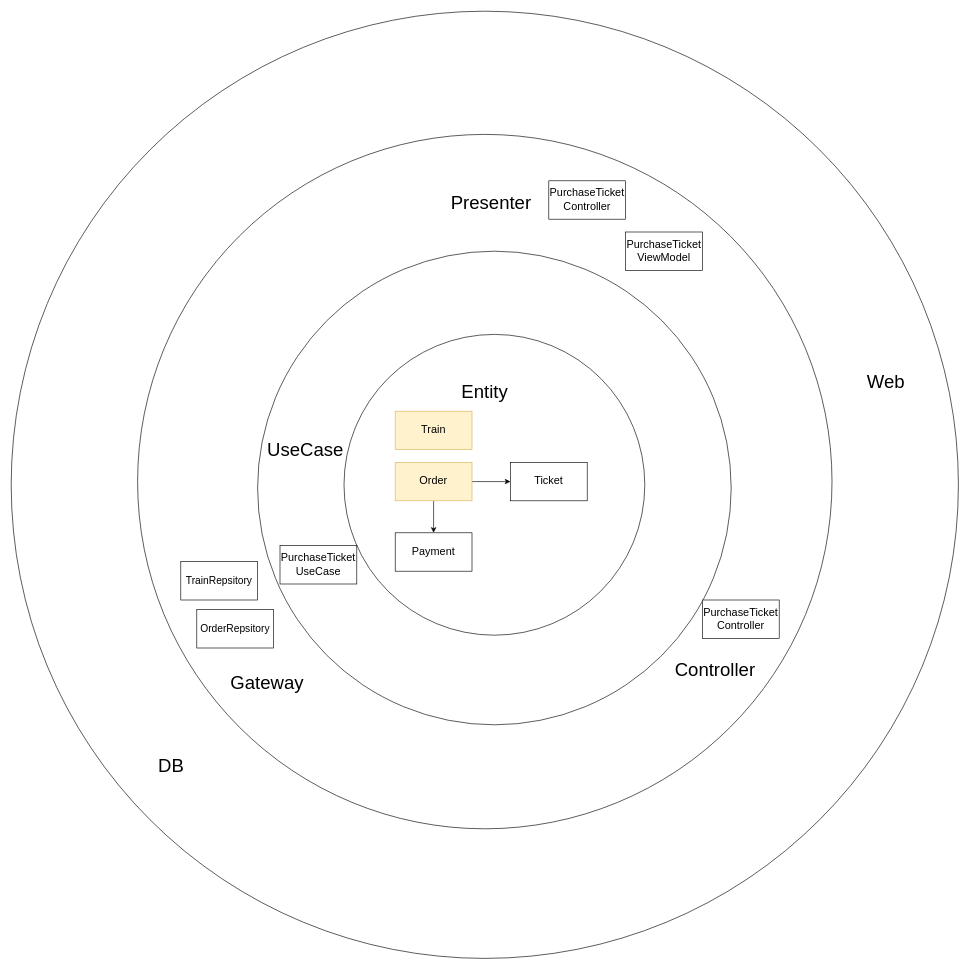
The draw.io diagram Untitled Diagram.drawio in HF-Cheng/test, before the edit. Source tidied: cells renumbered, new cells numbered last; positions are measured from the earlier drawing's top-left corner, leaving out a move shared by most shapes. Both pictures are drawn from the tidied source at 64%, with x=0, y=0 at pixel (11, 11).
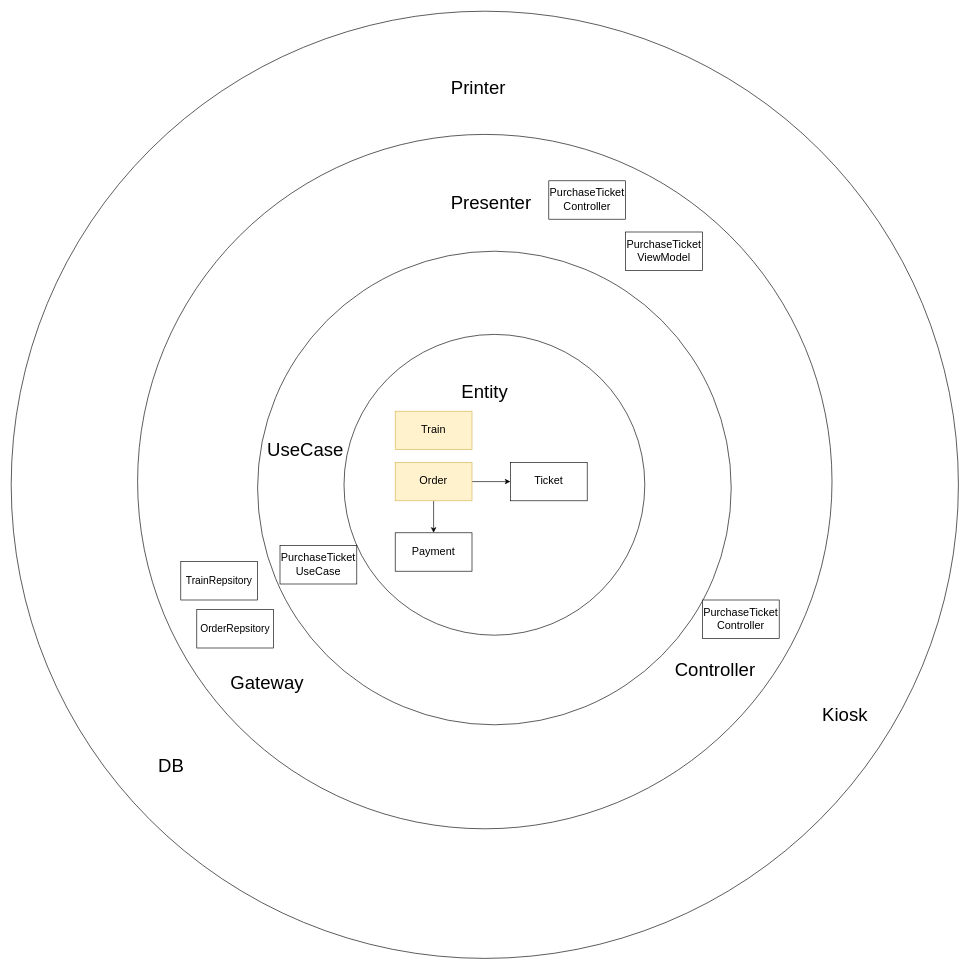
The same diagram, later.

The edit, as a diff of the source:
```diff
@@
-    <mxCell id="18" value="&lt;span style=&quot;font-size: 29px&quot;&gt;Web&lt;/span&gt;" style="text;html=1;strokeColor=none;fillColor=none;align=center;verticalAlign=middle;whiteSpace=wrap;rounded=0;" parent="1" vertex="1">
-      <mxGeometry x="1347" y="495" width="40" height="170" as="geometry" />
+    <mxCell id="18" value="&lt;span style=&quot;font-size: 29px&quot;&gt;Kiosk&lt;/span&gt;" style="text;html=1;strokeColor=none;fillColor=none;align=center;verticalAlign=middle;whiteSpace=wrap;rounded=0;" parent="1" vertex="1">
+      <mxGeometry x="1282.5" y="1015" width="40" height="170" as="geometry" />
     </mxCell>
@@
+    <mxCell id="26" value="&lt;span style=&quot;font-size: 29px&quot;&gt;Printer&lt;/span&gt;" style="text;html=1;strokeColor=none;fillColor=none;align=center;verticalAlign=middle;whiteSpace=wrap;rounded=0;" parent="1" vertex="1">
+      <mxGeometry x="710" y="35" width="40" height="170" as="geometry" />
+    </mxCell>
```
